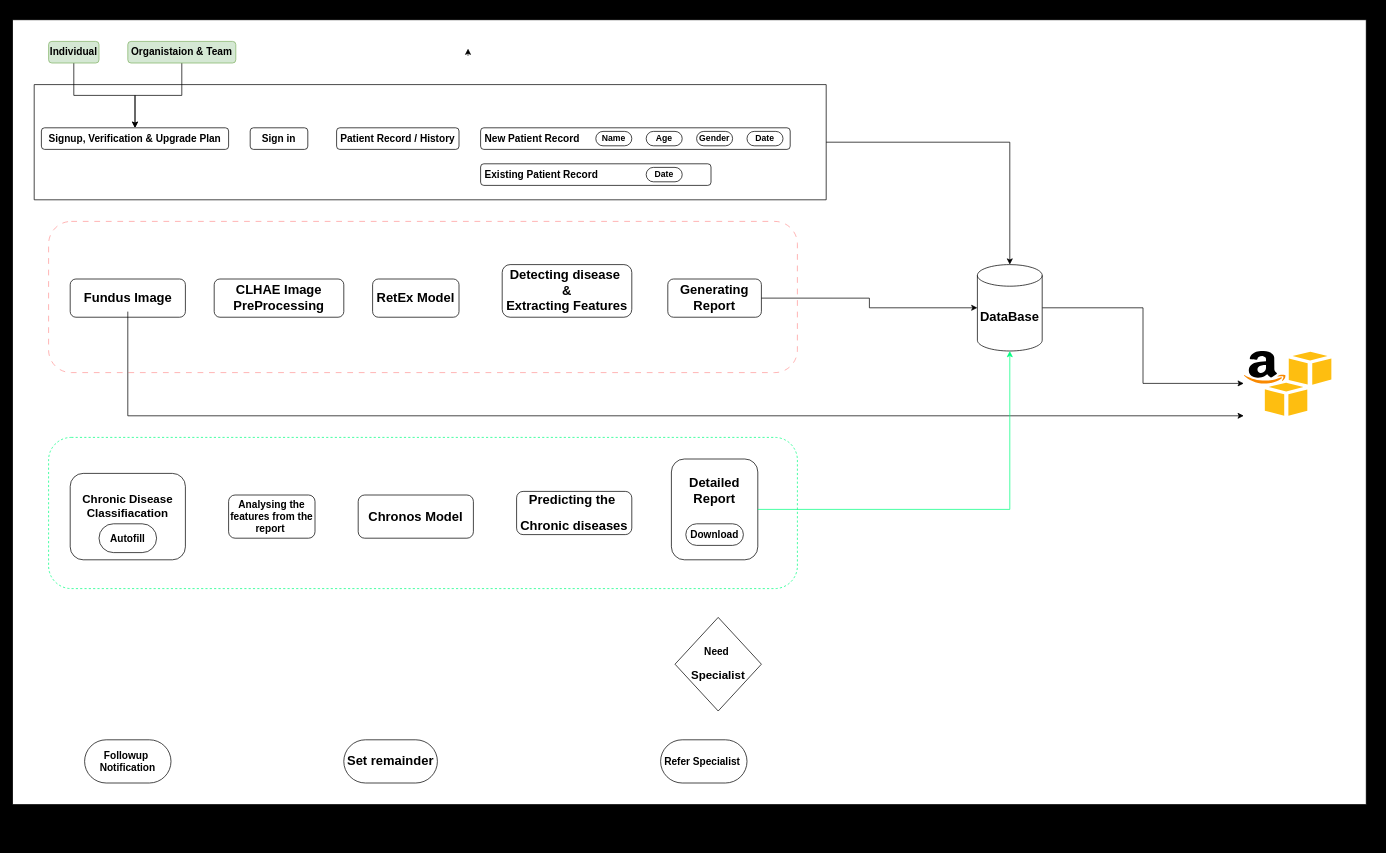
Earlier version of the draw.io diagram Untitled Diagram.drawio (ankitmandal24/mini_prroject). Source tidied: cells renumbered, new cells numbered last; positions are measured from the earlier drawing's top-left corner, leaving out a move shared by most shapes. Both pictures are drawn from the tidied source at 72%, with x=0, y=0 at pixel (12, 19).
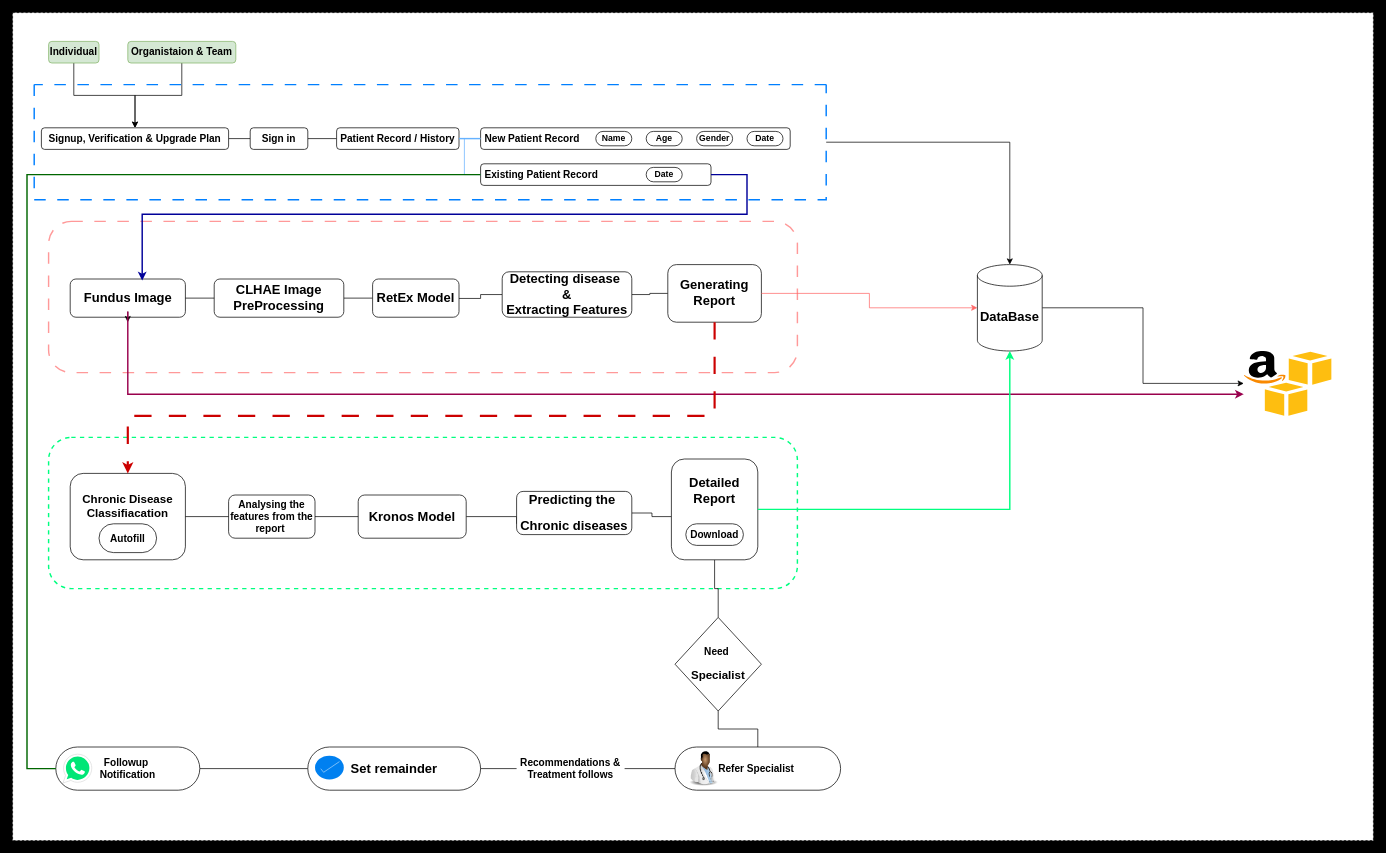
The same diagram, later.

Unchanged cells that the change refers to:
```xml
<mxCell id="7" value="&lt;h3&gt;&lt;b&gt;Signup, Verification &amp;amp; Upgrade Plan&lt;/b&gt;&lt;/h3&gt;" style="rounded=1;whiteSpace=wrap;html=1;" parent="1" vertex="1">
  <mxGeometry x="40" y="150" width="260" height="30" as="geometry" />
</mxCell>
<mxCell id="8" value="&lt;h3&gt;&lt;b&gt;Sign in&lt;/b&gt;&lt;/h3&gt;" style="rounded=1;whiteSpace=wrap;html=1;" parent="1" vertex="1">
  <mxGeometry x="330" y="150" width="80" height="30" as="geometry" />
</mxCell>
<mxCell id="9" value="&lt;h3&gt;&lt;b&gt;Patient Record / History&lt;/b&gt;&lt;/h3&gt;" style="rounded=1;whiteSpace=wrap;html=1;" parent="1" vertex="1">
  <mxGeometry x="450" y="150" width="170" height="30" as="geometry" />
</mxCell>
<mxCell id="15" value="&lt;h3&gt;&lt;b&gt;&amp;nbsp;Existing Patient Record&lt;/b&gt;&lt;/h3&gt;" style="rounded=1;whiteSpace=wrap;html=1;align=left;" parent="1" vertex="1">
  <mxGeometry x="650" y="200" width="320" height="30" as="geometry" />
</mxCell>
<mxCell id="19" style="group;" parent="17" vertex="1">
  <mxGeometry x="30" y="80" width="160" height="53.1" as="geometry" />
</mxCell>
<mxCell id="20" value="&lt;h3&gt;&lt;br&gt;&lt;/h3&gt;" style="rounded=1;whiteSpace=wrap;html=1;" parent="19" vertex="1">
  <mxGeometry width="160" height="53.1" as="geometry" />
</mxCell>
<mxCell id="21" value="&lt;h3&gt;&lt;font style=&quot;font-size: 18px;&quot;&gt;Fundus Image&lt;/font&gt;&lt;/h3&gt;" style="text;html=1;align=center;verticalAlign=middle;whiteSpace=wrap;rounded=0;fontStyle=1;" parent="19" vertex="1">
  <mxGeometry x="17.5" y="7.7" width="125" height="37.6" as="geometry" />
</mxCell>
<mxCell id="22" value="&lt;h3&gt;&lt;b&gt;&lt;font style=&quot;font-size: 18px;&quot;&gt;CLHAE Image PreProcessing&lt;/font&gt;&lt;/b&gt;&lt;/h3&gt;" style="rounded=1;whiteSpace=wrap;html=1;" parent="17" vertex="1">
  <mxGeometry x="230" y="80" width="180" height="53.1" as="geometry" />
</mxCell>
<mxCell id="23" value="&lt;h3&gt;&lt;font style=&quot;font-size: 18px;&quot;&gt;RetEx Model&lt;/font&gt;&lt;/h3&gt;" style="rounded=1;whiteSpace=wrap;html=1;" parent="17" vertex="1">
  <mxGeometry x="450" y="80" width="120" height="53.1" as="geometry" />
</mxCell>
<mxCell id="28" style="rounded=1;whiteSpace=wrap;html=1;" parent="27" vertex="1">
  <mxGeometry width="160" height="120" as="geometry" />
</mxCell>
<mxCell id="32" value="&lt;h3&gt;&lt;b&gt;Analysing the features from the report&amp;nbsp;&lt;/b&gt;&lt;/h3&gt;" style="rounded=1;whiteSpace=wrap;html=1;" parent="1" vertex="1">
  <mxGeometry x="300" y="660" width="120" height="60" as="geometry" />
</mxCell>
<mxCell id="33" value="&lt;h3&gt;&lt;font style=&quot;font-size: 18px;&quot;&gt;&lt;b&gt;Predicting the&amp;nbsp;&lt;br&gt;&lt;/b&gt;&lt;/font&gt;&lt;/h3&gt;&lt;h3&gt;&lt;font style=&quot;font-size: 18px;&quot;&gt;&lt;b&gt;Chronic diseases&lt;/b&gt;&lt;/font&gt;&lt;/h3&gt;" style="rounded=1;whiteSpace=wrap;html=1;" parent="1" vertex="1">
  <mxGeometry x="700" y="655" width="160" height="60" as="geometry" />
</mxCell>
<mxCell id="34" style="rounded=1;whiteSpace=wrap;html=1;" parent="1" vertex="1">
  <mxGeometry x="915" y="610" width="120" height="140" as="geometry" />
</mxCell>
<mxCell id="37" value="&lt;h3&gt;&lt;b&gt;&lt;font style=&quot;font-size: 14px;&quot;&gt;Need&amp;nbsp;&lt;/font&gt;&lt;/b&gt;&lt;/h3&gt;&lt;h3&gt;&lt;b&gt;&lt;font size=&quot;3&quot;&gt;Specialist&lt;/font&gt;&lt;/b&gt;&lt;/h3&gt;" style="rhombus;whiteSpace=wrap;html=1;" parent="1" vertex="1">
  <mxGeometry x="920" y="830" width="120" height="130" as="geometry" />
</mxCell>
<mxCell id="45" value="&lt;h3&gt;&lt;b&gt;&lt;font style=&quot;font-size: 18px;&quot;&gt;DataBase&lt;/font&gt;&lt;/b&gt;&lt;/h3&gt;" style="shape=cylinder3;whiteSpace=wrap;html=1;boundedLbl=1;backgroundOutline=1;size=15;" parent="1" vertex="1">
  <mxGeometry x="1340" y="340" width="90" height="120" as="geometry" />
</mxCell>
<mxCell id="46" style="dashed=0;outlineConnect=0;html=1;align=center;labelPosition=center;verticalLabelPosition=bottom;verticalAlign=top;shape=mxgraph.weblogos.aws_s3;" parent="1" vertex="1">
  <mxGeometry x="1710" y="460" width="121.6" height="90" as="geometry" />
</mxCell>
```

Diff of the diagram source:
```diff
@@
-    <mxCell id="2" style="rounded=0;whiteSpace=wrap;html=1;" parent="1" vertex="1">
-      <mxGeometry width="1880" height="1090" as="geometry" />
+    <mxCell id="2" style="rounded=0;whiteSpace=wrap;html=1;dashed=1;" parent="1" vertex="1">
+      <mxGeometry y="-10" width="1890" height="1150" as="geometry" />
     </mxCell>
@@
+    <mxCell id="50" style="edgeStyle=orthogonalEdgeStyle;rounded=0;jettySize=auto;html=1;exitX=1;exitY=0.5;exitDx=0;exitDy=0;entryX=0;entryY=0.5;entryDx=0;entryDy=0;endArrow=none;endFill=0;" parent="1" edge="1" source="7" target="8">
+      <mxGeometry relative="1" as="geometry" />
+    </mxCell>
@@
+    <mxCell id="51" style="edgeStyle=orthogonalEdgeStyle;rounded=0;jettySize=auto;html=1;exitX=1;exitY=0.5;exitDx=0;exitDy=0;entryX=0;entryY=0.5;entryDx=0;entryDy=0;endArrow=none;endFill=0;" parent="1" edge="1" source="8" target="9">
+      <mxGeometry relative="1" as="geometry" />
+    </mxCell>
@@
-    <mxCell id="17" style="group;" parent="1" vertex="1">
+    <mxCell id="17" style="group;dashed=1;dashPattern=12 12;" parent="1" vertex="1">
       <mxGeometry x="50" y="280" width="1040" height="230" as="geometry" />
     </mxCell>
-    <mxCell id="18" style="rounded=1;whiteSpace=wrap;html=1;dashed=1;dashPattern=8 8;strokeColor=#FF9999;" parent="17" vertex="1">
+    <mxCell id="18" style="rounded=1;whiteSpace=wrap;html=1;dashed=1;dashPattern=8 8;strokeColor=#FF9999;strokeWidth=2;" parent="17" vertex="1">
       <mxGeometry width="1040" height="210" as="geometry" />
     </mxCell>
@@
+    <mxCell id="52" style="edgeStyle=orthogonalEdgeStyle;rounded=0;jettySize=auto;html=1;exitX=0.5;exitY=1;exitDx=0;exitDy=0;" parent="19" edge="1" source="21">
+      <mxGeometry relative="1" as="geometry">
+        <mxPoint x="79.9" y="60" as="targetPoint" />
+      </mxGeometry>
+    </mxCell>
@@
+    <mxCell id="53" style="edgeStyle=orthogonalEdgeStyle;rounded=0;jettySize=auto;html=1;exitX=1;exitY=0.5;exitDx=0;exitDy=0;entryX=0;entryY=0.5;entryDx=0;entryDy=0;endArrow=none;endFill=0;" parent="17" edge="1" source="22" target="23">
+      <mxGeometry relative="1" as="geometry" />
+    </mxCell>
@@
+    <mxCell id="54" style="edgeStyle=orthogonalEdgeStyle;rounded=0;jettySize=auto;html=1;endArrow=none;endFill=0;" parent="17" edge="1" source="24" target="23">
+      <mxGeometry relative="1" as="geometry">
+        <Array as="points">
+          <mxPoint x="600" y="102" />
+          <mxPoint x="600" y="107" />
+        </Array>
+      </mxGeometry>
+    </mxCell>
+    <mxCell id="55" style="edgeStyle=orthogonalEdgeStyle;rounded=0;jettySize=auto;html=1;entryX=0;entryY=0.5;entryDx=0;entryDy=0;endArrow=none;endFill=0;" parent="17" edge="1" source="24" target="25">
+      <mxGeometry relative="1" as="geometry" />
+    </mxCell>
     <mxCell id="24" value="&lt;h3&gt;&lt;font style=&quot;font-size: 18px;&quot;&gt;&lt;b&gt;Detecting disease&amp;nbsp;&lt;br&gt;&lt;/b&gt;&lt;b&gt;&amp;amp;&lt;br&gt;&lt;/b&gt;&lt;b&gt;Extracting Features&lt;/b&gt;&lt;/font&gt;&lt;/h3&gt;" style="rounded=1;whiteSpace=wrap;html=1;" parent="17" vertex="1">
-      <mxGeometry x="630" y="60" width="180" height="73.1" as="geometry" />
+      <mxGeometry x="630" y="70" width="180" height="63.1" as="geometry" />
     </mxCell>
     <mxCell id="25" value="&lt;h3&gt;&lt;b&gt;&lt;font style=&quot;font-size: 18px;&quot;&gt;Generating Report&lt;/font&gt;&lt;/b&gt;&lt;/h3&gt;" style="rounded=1;whiteSpace=wrap;html=1;" parent="17" vertex="1">
-      <mxGeometry x="860" y="80" width="130" height="53.1" as="geometry" />
+      <mxGeometry x="860" y="60" width="130" height="80" as="geometry" />
     </mxCell>
+    <mxCell id="56" style="edgeStyle=orthogonalEdgeStyle;rounded=0;jettySize=auto;html=1;endArrow=none;endFill=0;" parent="17" edge="1" source="20" target="22">
+      <mxGeometry relative="1" as="geometry" />
+    </mxCell>
-    <mxCell id="26" style="rounded=1;whiteSpace=wrap;html=1;dashed=1;strokeColor=#00FF80;" parent="1" vertex="1">
+    <mxCell id="26" style="rounded=1;whiteSpace=wrap;html=1;dashed=1;strokeColor=#00FF80;strokeWidth=2;" parent="1" vertex="1">
       <mxGeometry x="50" y="580" width="1040" height="210" as="geometry" />
     </mxCell>
@@
+    <mxCell id="57" style="edgeStyle=orthogonalEdgeStyle;rounded=0;jettySize=auto;html=1;entryX=0;entryY=0.75;entryDx=0;entryDy=0;endArrow=none;endFill=0;" parent="1" edge="1" source="31" target="33">
+      <mxGeometry relative="1" as="geometry">
+        <Array as="points">
+          <mxPoint x="700" y="690" />
+        </Array>
+      </mxGeometry>
+    </mxCell>
-    <mxCell id="31" value="&lt;h3&gt;&lt;b&gt;&lt;font style=&quot;font-size: 18px;&quot;&gt;Chronos Model&lt;/font&gt;&lt;/b&gt;&lt;/h3&gt;" style="rounded=1;whiteSpace=wrap;html=1;" parent="1" vertex="1">
-      <mxGeometry x="480" y="660" width="160" height="60" as="geometry" />
+    <mxCell id="31" value="&lt;h3&gt;&lt;b&gt;&lt;font style=&quot;font-size: 18px;&quot;&gt;Kronos Model&lt;/font&gt;&lt;/b&gt;&lt;/h3&gt;" style="rounded=1;whiteSpace=wrap;html=1;" parent="1" vertex="1">
+      <mxGeometry x="480" y="660" width="150" height="60" as="geometry" />
     </mxCell>
+    <mxCell id="58" style="edgeStyle=orthogonalEdgeStyle;rounded=0;jettySize=auto;html=1;exitX=1;exitY=0.5;exitDx=0;exitDy=0;endArrow=none;endFill=0;" parent="1" edge="1" source="32" target="31">
+      <mxGeometry relative="1" as="geometry" />
+    </mxCell>
@@
+    <mxCell id="59" style="edgeStyle=orthogonalEdgeStyle;rounded=0;jettySize=auto;html=1;exitX=1;exitY=0.5;exitDx=0;exitDy=0;endArrow=none;endFill=0;" parent="1" edge="1" source="33" target="34">
+      <mxGeometry relative="1" as="geometry">
+        <Array as="points">
+          <mxPoint x="888" y="685" />
+          <mxPoint x="888" y="690" />
+        </Array>
+      </mxGeometry>
+    </mxCell>
@@
+    <mxCell id="60" style="edgeStyle=orthogonalEdgeStyle;rounded=0;jettySize=auto;html=1;exitX=0.5;exitY=1;exitDx=0;exitDy=0;entryX=0.5;entryY=0;entryDx=0;entryDy=0;endArrow=none;endFill=0;" parent="1" edge="1" source="34" target="37">
+      <mxGeometry relative="1" as="geometry" />
+    </mxCell>
@@
+    <mxCell id="61" style="edgeStyle=orthogonalEdgeStyle;rounded=0;jettySize=auto;html=1;exitX=0.5;exitY=1;exitDx=0;exitDy=0;entryX=0.5;entryY=0;entryDx=0;entryDy=0;endArrow=none;endFill=0;" parent="1" edge="1" source="37" target="38">
+      <mxGeometry relative="1" as="geometry" />
+    </mxCell>
@@
+    <mxCell id="62" style="edgeStyle=orthogonalEdgeStyle;rounded=0;jettySize=auto;html=1;endArrow=none;endFill=0;" parent="1" edge="1" source="38" target="70">
+      <mxGeometry relative="1" as="geometry" />
+    </mxCell>
     <mxCell id="38" value="&lt;h3&gt;&lt;b&gt;Refer Specialist&amp;nbsp;&lt;/b&gt;&lt;/h3&gt;" style="rounded=1;whiteSpace=wrap;html=1;arcSize=50;" parent="1" vertex="1">
-      <mxGeometry x="900" y="1000" width="120" height="60" as="geometry" />
+      <mxGeometry x="920" y="1010" width="230" height="60" as="geometry" />
     </mxCell>
+    <mxCell id="63" style="edgeStyle=orthogonalEdgeStyle;rounded=0;jettySize=auto;html=1;endArrow=none;endFill=0;" parent="1" edge="1" source="39" target="40">
+      <mxGeometry relative="1" as="geometry" />
+    </mxCell>
     <mxCell id="39" value="&lt;h3&gt;&lt;font style=&quot;font-size: 18px;&quot;&gt;Set remainder&lt;/font&gt;&lt;/h3&gt;" style="rounded=1;whiteSpace=wrap;html=1;arcSize=50;" parent="1" vertex="1">
-      <mxGeometry x="460" y="1000" width="130" height="60" as="geometry" />
+      <mxGeometry x="410" y="1010" width="240" height="60" as="geometry" />
     </mxCell>
     <mxCell id="40" value="&lt;h3&gt;&lt;b&gt;Followup&amp;nbsp;&lt;br&gt;&lt;/b&gt;&lt;b&gt;Notification&lt;/b&gt;&lt;/h3&gt;" style="rounded=1;whiteSpace=wrap;html=1;arcSize=50;" parent="1" vertex="1">
-      <mxGeometry x="100" y="1000" width="120" height="60" as="geometry" />
+      <mxGeometry x="60" y="1010" width="200" height="60" as="geometry" />
     </mxCell>
-    <mxCell id="41" style="edgeStyle=orthogonalEdgeStyle;rounded=0;orthogonalLoop=1;jettySize=auto;html=1;exitX=0.75;exitY=1;exitDx=0;exitDy=0;entryX=0.752;entryY=0.667;entryDx=0;entryDy=0;entryPerimeter=0;" parent="1" edge="1">
-      <mxGeometry relative="1" as="geometry">
-        <mxPoint x="632.5" y="50" as="sourcePoint" />
-        <mxPoint x="632.6" y="40" as="targetPoint" />
-      </mxGeometry>
-    </mxCell>
@@
-    <mxCell id="43" style="swimlane;startSize=0;" parent="1" vertex="1">
+    <mxCell id="43" style="swimlane;startSize=0;dashed=1;dashPattern=8 8;strokeColor=#007FFF;rounded=1;arcSize=9;strokeWidth=2;" parent="1" vertex="1">
       <mxGeometry x="30" y="90" width="1100" height="160" as="geometry" />
     </mxCell>
+    <mxCell id="64" style="line;strokeWidth=2;html=1;fillColor=#66FF66;strokeColor=#66B2FF;" parent="43" vertex="1">
+      <mxGeometry x="590" y="70" width="30" height="10" as="geometry" />
+    </mxCell>
@@
-    <mxCell id="47" style="edgeStyle=orthogonalEdgeStyle;rounded=0;jettySize=auto;html=1;exitX=0.5;exitY=1;exitDx=0;exitDy=0;" parent="1" edge="1" source="21" target="46">
+    <mxCell id="47" style="edgeStyle=orthogonalEdgeStyle;rounded=0;jettySize=auto;html=1;exitX=0.5;exitY=1;exitDx=0;exitDy=0;strokeColor=#99004D;strokeWidth=2;" parent="1" edge="1" source="21" target="46">
       <mxGeometry relative="1" as="geometry">
         <Array as="points">
-          <mxPoint x="160" y="550" />
+          <mxPoint x="160" y="520" />
         </Array>
       </mxGeometry>
     </mxCell>
-    <mxCell id="48" style="edgeStyle=orthogonalEdgeStyle;rounded=0;jettySize=auto;html=1;entryX=0.5;entryY=1;entryDx=0;entryDy=0;entryPerimeter=0;strokeColor=#00FF80;" parent="1" edge="1" source="34" target="45">
+    <mxCell id="48" style="edgeStyle=orthogonalEdgeStyle;rounded=0;jettySize=auto;html=1;entryX=0.5;entryY=1;entryDx=0;entryDy=0;entryPerimeter=0;strokeColor=#00FF80;strokeWidth=2;" parent="1" edge="1" source="34" target="45">
       <mxGeometry relative="1" as="geometry" />
     </mxCell>
-    <mxCell id="49" style="edgeStyle=orthogonalEdgeStyle;rounded=0;jettySize=auto;html=1;exitX=1;exitY=0.5;exitDx=0;exitDy=0;" parent="1" edge="1" source="25" target="45">
+    <mxCell id="49" style="edgeStyle=orthogonalEdgeStyle;rounded=0;jettySize=auto;html=1;exitX=1;exitY=0.5;exitDx=0;exitDy=0;strokeColor=#FF6666;" parent="1" edge="1" source="25" target="45">
       <mxGeometry relative="1" as="geometry" />
     </mxCell>
+    <mxCell id="65" style="edgeStyle=orthogonalEdgeStyle;rounded=0;jettySize=auto;html=1;entryX=0.5;entryY=0;entryDx=0;entryDy=0;dashed=1;dashPattern=8 8;strokeColor=#CC0000;strokeWidth=3;" parent="1" edge="1" source="25" target="28">
+      <mxGeometry relative="1" as="geometry">
+        <Array as="points">
+          <mxPoint x="975" y="550" />
+          <mxPoint x="160" y="550" />
+        </Array>
+      </mxGeometry>
+    </mxCell>
+    <mxCell id="66" style="edgeStyle=orthogonalEdgeStyle;rounded=0;jettySize=auto;html=1;exitX=0.25;exitY=0.5;exitDx=0;exitDy=0;exitPerimeter=0;entryX=0;entryY=0.5;entryDx=0;entryDy=0;strokeColor=#66B2FF;endArrow=none;endFill=0;" parent="1" edge="1" source="64" target="15">
+      <mxGeometry relative="1" as="geometry" />
+    </mxCell>
+    <mxCell id="67" style="edgeStyle=orthogonalEdgeStyle;rounded=0;jettySize=auto;html=1;entryX=0.625;entryY=0.04;entryDx=0;entryDy=0;entryPerimeter=0;strokeColor=#000099;strokeWidth=2;" parent="1" edge="1" source="15" target="20">
+      <mxGeometry relative="1" as="geometry">
+        <Array as="points">
+          <mxPoint x="1020" y="215" />
+          <mxPoint x="1020" y="270" />
+          <mxPoint x="180" y="270" />
+        </Array>
+      </mxGeometry>
+    </mxCell>
+    <mxCell id="68" style="edgeStyle=orthogonalEdgeStyle;rounded=0;jettySize=auto;html=1;exitX=1;exitY=0.5;exitDx=0;exitDy=0;endArrow=none;endFill=0;" parent="1" edge="1" source="28" target="32">
+      <mxGeometry relative="1" as="geometry" />
+    </mxCell>
+    <mxCell id="69" style="edgeStyle=orthogonalEdgeStyle;rounded=0;jettySize=auto;html=1;endArrow=none;endFill=0;" parent="1" edge="1" source="70" target="39">
+      <mxGeometry relative="1" as="geometry" />
+    </mxCell>
+    <mxCell id="70" value="&lt;font style=&quot;font-size: 14px;&quot;&gt;&lt;b style=&quot;&quot;&gt;Recommendations &amp;amp;&lt;/b&gt;&lt;/font&gt;&lt;div&gt;&lt;b&gt;&lt;font style=&quot;font-size: 14px;&quot;&gt;Treatment follows&lt;/font&gt;&lt;/b&gt;&lt;/div&gt;" style="text;html=1;align=center;verticalAlign=middle;whiteSpace=wrap;rounded=0;" parent="1" vertex="1">
+      <mxGeometry x="700" y="1025" width="150" height="30" as="geometry" />
+    </mxCell>
+    <mxCell id="71" style="edgeStyle=orthogonalEdgeStyle;rounded=0;jettySize=auto;html=1;entryX=0;entryY=0.5;entryDx=0;entryDy=0;strokeColor=#006600;endArrow=none;endFill=0;strokeWidth=2;" parent="1" edge="1" source="15" target="40">
+      <mxGeometry relative="1" as="geometry">
+        <Array as="points">
+          <mxPoint x="20" y="215" />
+          <mxPoint x="20" y="1040" />
+        </Array>
+      </mxGeometry>
+    </mxCell>
+    <mxCell id="72" style="dashed=0;html=1;align=center;labelPosition=center;verticalLabelPosition=bottom;verticalAlign=top;shape=mxgraph.weblogos.whatsapp;fillColor=#00E676;strokeColor=#dddddd;" parent="1" vertex="1">
+      <mxGeometry x="70" y="1020" width="40" height="40" as="geometry" />
+    </mxCell>
+    <mxCell id="73" style="html=1;verticalLabelPosition=bottom;labelBackgroundColor=#ffffff;verticalAlign=top;shadow=0;dashed=0;strokeWidth=2;shape=mxgraph.ios7.misc.select;fillColor=#0080f0;strokeColor=#ffffff;sketch=0;" parent="1" vertex="1">
+      <mxGeometry x="420" y="1022" width="40" height="33" as="geometry" />
+    </mxCell>
+    <mxCell id="74" style="image;html=1;image=img/lib/clip_art/people/Doctor_Man_Black_128x128.png;" parent="1" vertex="1">
+      <mxGeometry x="935" y="1015" width="50" height="50" as="geometry" />
+    </mxCell>
```
